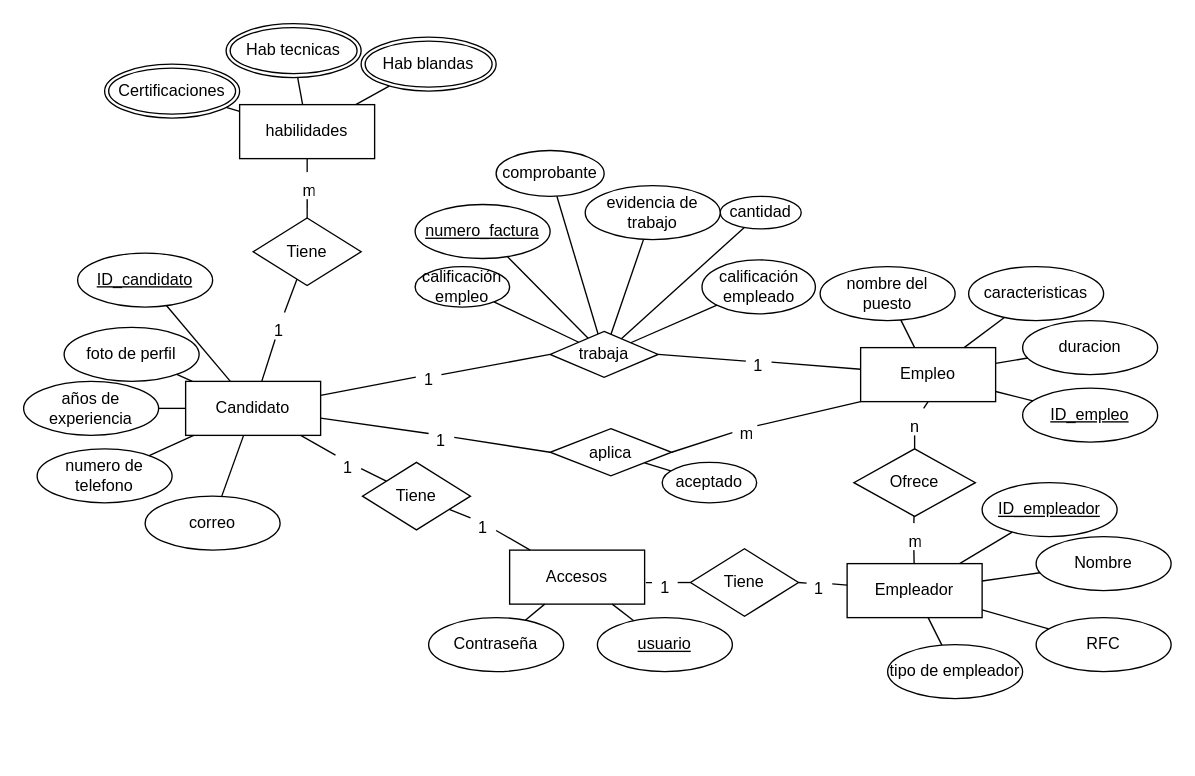
This is Diagrama sin título.drawio from dasebaztian/baseproy, a draw.io file, before an edit. Source tidied: cells renumbered, new cells numbered last; positions are measured from the earlier drawing's top-left corner, leaving out a move shared by most shapes. Both pictures are drawn from the tidied source at 135%, with x=0, y=0 at pixel (23, 23).
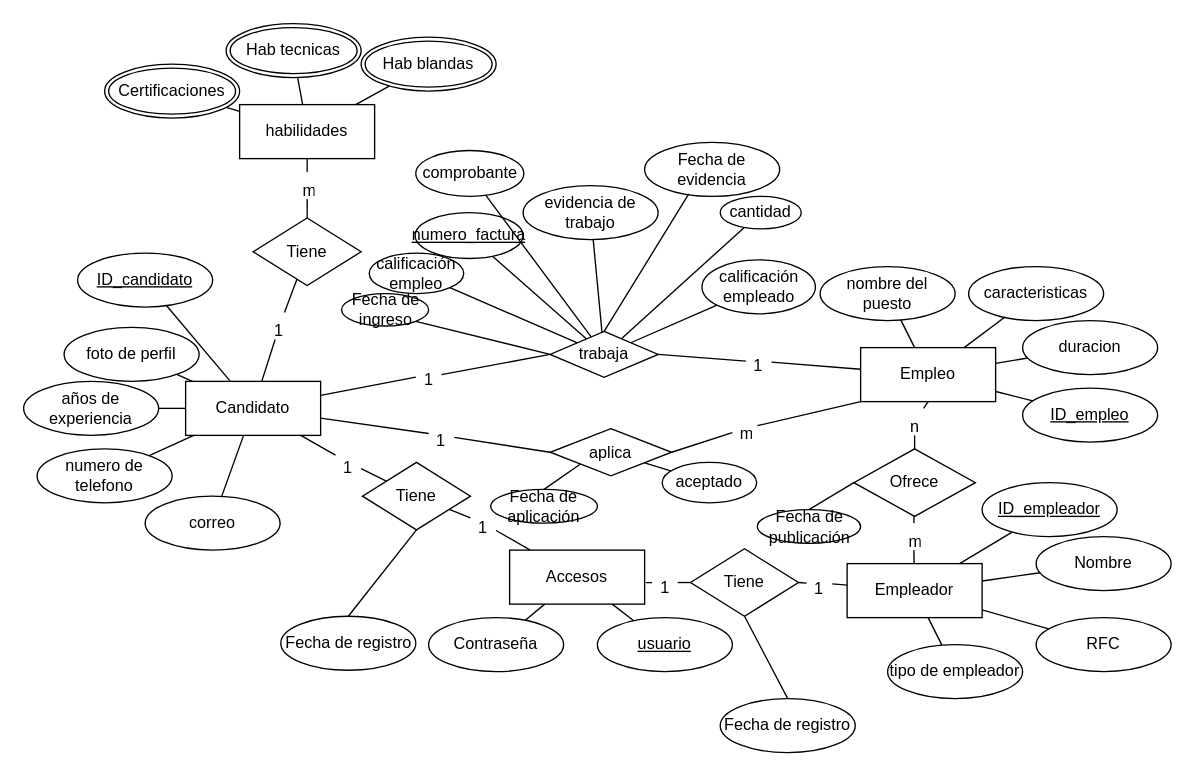
The same diagram, later.

The change refers to these unchanged cells:
```xml
<mxCell id="39" value="Tiene" style="shape=rhombus;perimeter=rhombusPerimeter;whiteSpace=wrap;html=1;align=center;" parent="1" vertex="1">
  <mxGeometry x="251" y="325" width="80" height="50" as="geometry" />
</mxCell>
<mxCell id="49" value="Ofrece" style="shape=rhombus;perimeter=rhombusPerimeter;whiteSpace=wrap;html=1;align=center;" parent="1" vertex="1">
  <mxGeometry x="615" y="315" width="90" height="50" as="geometry" />
</mxCell>
<mxCell id="50" value="trabaja" style="shape=rhombus;perimeter=rhombusPerimeter;whiteSpace=wrap;html=1;align=center;" parent="1" vertex="1">
  <mxGeometry x="390" y="228" width="80" height="34" as="geometry" />
</mxCell>
<mxCell id="51" value="aplica" style="shape=rhombus;perimeter=rhombusPerimeter;whiteSpace=wrap;html=1;align=center;" parent="1" vertex="1">
  <mxGeometry x="390" y="300" width="90" height="35" as="geometry" />
</mxCell>
<mxCell id="70" value="Tiene" style="shape=rhombus;perimeter=rhombusPerimeter;whiteSpace=wrap;html=1;align=center;" parent="1" vertex="1">
  <mxGeometry x="494" y="389" width="80" height="50" as="geometry" />
</mxCell>
```

The edit, as a diff of the source:
```diff
@@
     <mxCell id="12" value="numero_factura" style="ellipse;whiteSpace=wrap;html=1;align=center;fontStyle=4;" parent="1" vertex="1">
-      <mxGeometry x="290" y="134" width="100" height="40" as="geometry" />
+      <mxGeometry x="290" y="140" width="80" height="34" as="geometry" />
     </mxCell>
@@
     <mxCell id="17" value="comprobante" style="ellipse;whiteSpace=wrap;html=1;align=center;" parent="1" vertex="1">
-      <mxGeometry x="350" y="94" width="80" height="34" as="geometry" />
+      <mxGeometry x="290.5" y="94" width="80" height="34" as="geometry" />
     </mxCell>
@@
     <mxCell id="54" value="calificación empleo" style="ellipse;whiteSpace=wrap;html=1;align=center;" parent="1" vertex="1">
-      <mxGeometry x="290" y="180" width="70" height="30" as="geometry" />
+      <mxGeometry x="256" y="170" width="70" height="30" as="geometry" />
     </mxCell>
@@
     <mxCell id="73" value="evidencia de trabajo" style="ellipse;whiteSpace=wrap;html=1;align=center;" parent="1" vertex="1">
-      <mxGeometry x="416" y="120" width="100" height="40" as="geometry" />
+      <mxGeometry x="370" y="120" width="100" height="40" as="geometry" />
     </mxCell>
@@
+    <mxCell id="99" value="Fecha de registro" style="ellipse;whiteSpace=wrap;html=1;align=center;" parent="1" vertex="1">
+      <mxGeometry x="190.5" y="439" width="100" height="40" as="geometry" />
+    </mxCell>
+    <mxCell id="100" style="endArrow=none;html=1;rounded=0;exitX=0.5;exitY=0;exitDx=0;exitDy=0;entryX=0.5;entryY=1;entryDx=0;entryDy=0;" parent="1" edge="1" source="99" target="39">
+      <mxGeometry relative="1" as="geometry" />
+    </mxCell>
+    <mxCell id="101" value="Fecha de aplicación" style="ellipse;whiteSpace=wrap;html=1;align=center;" parent="1" vertex="1">
+      <mxGeometry x="346" y="345" width="79" height="25" as="geometry" />
+    </mxCell>
+    <mxCell id="102" style="endArrow=none;html=1;rounded=0;exitX=0.5;exitY=0;exitDx=0;exitDy=0;entryX=0;entryY=1;entryDx=0;entryDy=0;" parent="1" edge="1" source="101" target="51">
+      <mxGeometry relative="1" as="geometry" />
+    </mxCell>
+    <mxCell id="103" value="Fecha de publicación" style="ellipse;whiteSpace=wrap;html=1;align=center;" parent="1" vertex="1">
+      <mxGeometry x="543.5" y="360" width="76.5" height="25" as="geometry" />
+    </mxCell>
+    <mxCell id="104" style="endArrow=none;html=1;rounded=0;exitX=0.5;exitY=0;exitDx=0;exitDy=0;entryX=0;entryY=0.5;entryDx=0;entryDy=0;" parent="1" edge="1" source="103" target="49">
+      <mxGeometry relative="1" as="geometry" />
+    </mxCell>
+    <mxCell id="105" value="Fecha de ingreso" style="ellipse;whiteSpace=wrap;html=1;align=center;" parent="1" vertex="1">
+      <mxGeometry x="235.5" y="200" width="64.5" height="24" as="geometry" />
+    </mxCell>
+    <mxCell id="106" style="endArrow=none;html=1;rounded=0;exitX=1;exitY=1;exitDx=0;exitDy=0;entryX=0;entryY=0.5;entryDx=0;entryDy=0;" parent="1" edge="1" source="105" target="50">
+      <mxGeometry relative="1" as="geometry" />
+    </mxCell>
+    <mxCell id="107" value="Fecha de registro" style="ellipse;whiteSpace=wrap;html=1;align=center;" parent="1" vertex="1">
+      <mxGeometry x="516" y="500" width="100" height="40" as="geometry" />
+    </mxCell>
+    <mxCell id="108" style="endArrow=none;html=1;rounded=0;exitX=0.5;exitY=0;exitDx=0;exitDy=0;entryX=0.5;entryY=1;entryDx=0;entryDy=0;" parent="1" edge="1" source="107" target="70">
+      <mxGeometry relative="1" as="geometry" />
+    </mxCell>
+    <mxCell id="109" value="Fecha de evidencia" style="ellipse;whiteSpace=wrap;html=1;align=center;" parent="1" vertex="1">
+      <mxGeometry x="460" y="88" width="100" height="40" as="geometry" />
+    </mxCell>
+    <mxCell id="110" style="endArrow=none;html=1;rounded=0;exitX=0.5;exitY=0;exitDx=0;exitDy=0;entryX=0.327;entryY=0.954;entryDx=0;entryDy=0;entryPerimeter=0;" parent="1" edge="1" source="50" target="109">
+      <mxGeometry relative="1" as="geometry" />
+    </mxCell>
```
